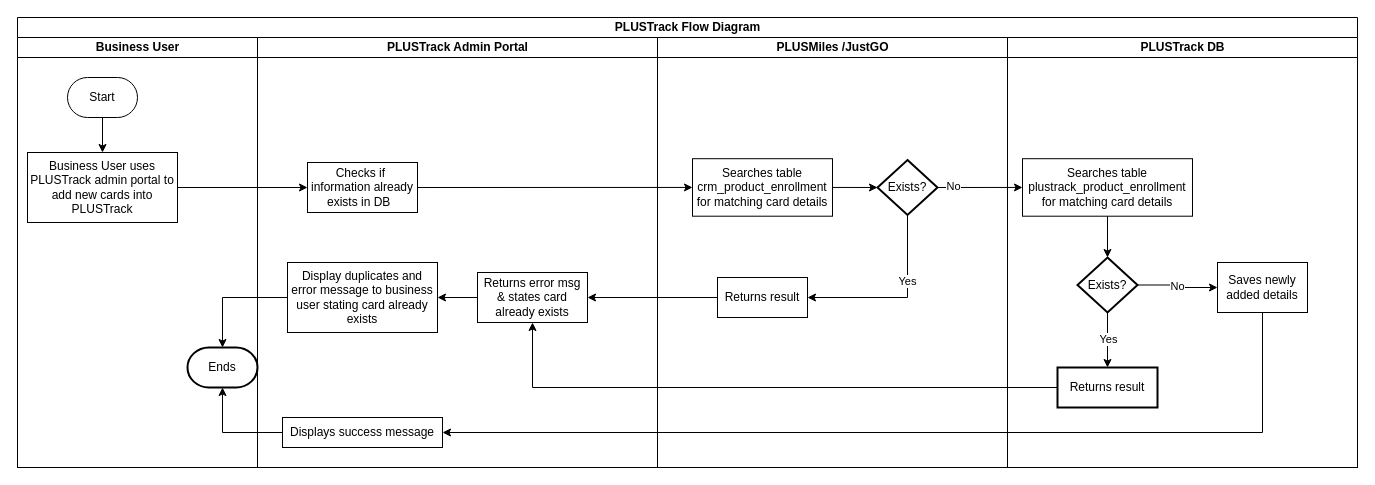
Before: page "Technical Flow Diagram" (8 of 9) of Untitled Diagram.drawio in Marcus-141/DrawIOFiles, a draw.io diagram. Source tidied: cells renumbered, new cells numbered last; positions are measured from the earlier drawing's top-left corner, leaving out a move shared by most shapes. Both pictures are drawn from the tidied source at 100%, with x=0, y=0 at pixel (17, 17).
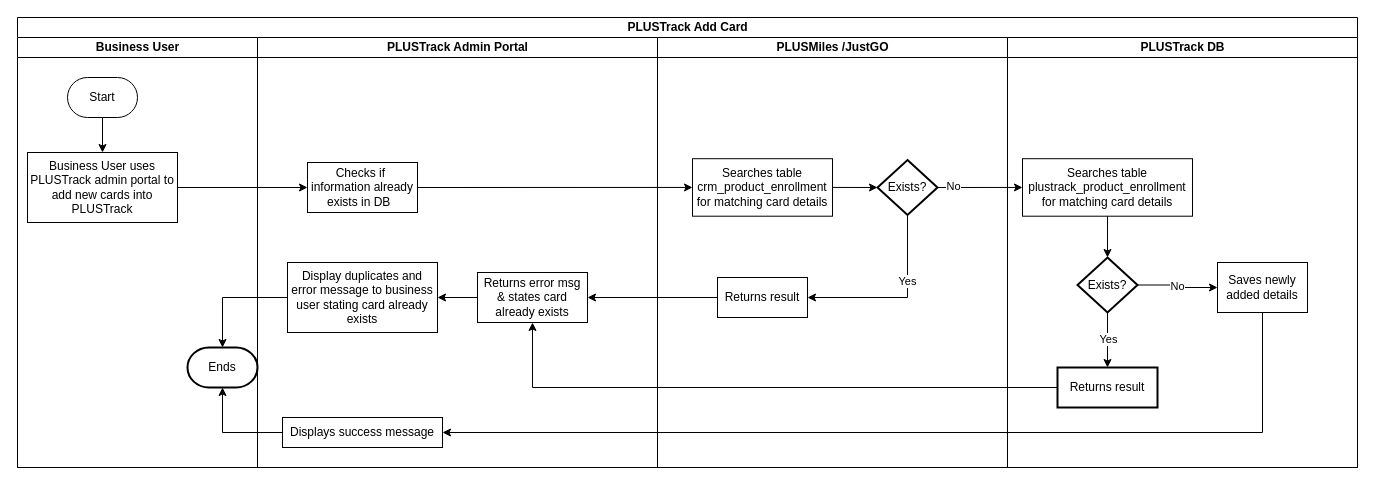
The same page after the edit.

Commit message:
-update diagram name

What changed in the source:
```diff
@@
-    <mxCell id="2" value="PLUSTrack Flow Diagram" style="swimlane;startSize=20;html=1;" parent="1" vertex="1">
+    <mxCell id="2" value="PLUSTrack Add Card" style="swimlane;startSize=20;html=1;" parent="1" vertex="1">
       <mxGeometry width="1340" height="450" as="geometry" />
     </mxCell>
```
